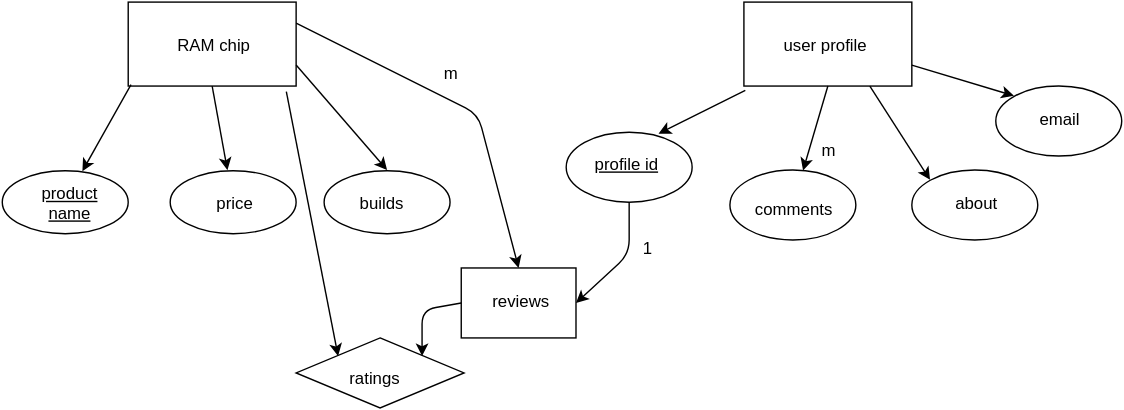
The draw.io diagram pcpartpickerdotcom.svg in elainethomas/pcpartpickerdotcom, before a commit. Source tidied: cells renumbered, new cells last; positions are measured from the earlier drawing's top-left corner, leaving out a move shared by most shapes.
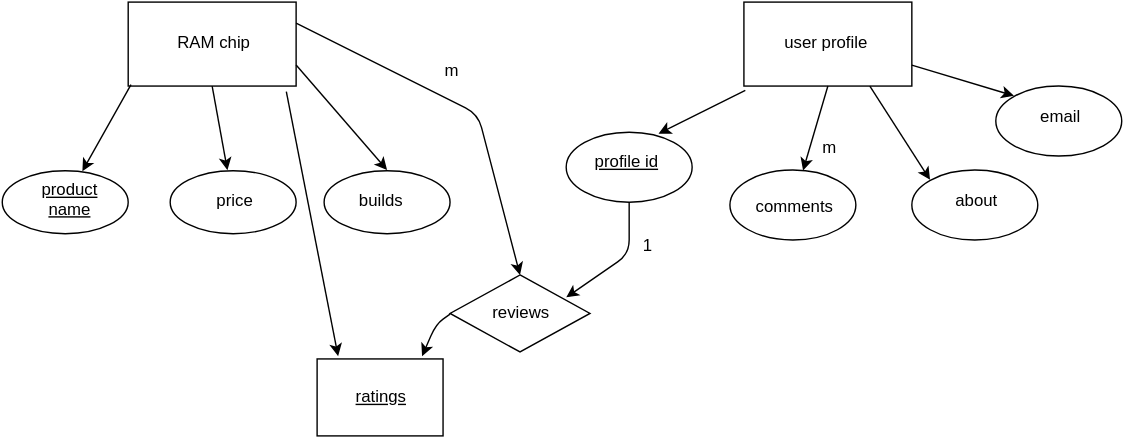
The same file after the commit.

Commit message:
updating erdsvg with corrected entities

What changed in the source:
```diff
@@ -29,17 +29,16 @@
     <mxCell id="10" style="ellipse;whiteSpace=wrap;html=1;" parent="1" vertex="1">
       <mxGeometry x="520" y="120" width="90" height="50" as="geometry" />
     </mxCell>
-    <mxCell id="11" style="rhombus;whiteSpace=wrap;html=1;" parent="1" vertex="1">
-      <mxGeometry x="210" y="240" width="120" height="50" as="geometry" />
-    </mxCell>
     <mxCell id="12" style="endArrow=classic;html=1;exitX=0.017;exitY=0.983;exitPerimeter=0;" parent="1" edge="1" source="2" target="4">
       <mxGeometry relative="1" as="geometry" />
     </mxCell>
     <mxCell id="13" style="endArrow=classic;html=1;exitX=0.5;exitY=1;" parent="1" edge="1" source="2" target="5">
       <mxGeometry relative="1" as="geometry" />
     </mxCell>
-    <mxCell id="14" style="endArrow=classic;html=1;entryX=0;entryY=0;exitX=0.942;exitY=1.067;exitPerimeter=0;" parent="1" edge="1" source="2" target="11">
-      <mxGeometry relative="1" as="geometry" />
+    <mxCell id="14" style="endArrow=classic;html=1;entryX=0;entryY=0;exitX=0.942;exitY=1.067;exitPerimeter=0;" parent="1" edge="1" source="2">
+      <mxGeometry relative="1" as="geometry">
+        <mxPoint x="240" y="253" as="targetPoint" />
+      </mxGeometry>
     </mxCell>
     <mxCell id="15" style="endArrow=classic;html=1;entryX=0.5;entryY=0;exitX=1;exitY=0.75;" parent="1" edge="1" source="2" target="6">
       <mxGeometry relative="1" as="geometry" />
@@ -71,20 +70,17 @@
     <mxCell id="24" value="builds" style="text;html=1;strokeColor=none;fillColor=none;align=center;verticalAlign=middle;whiteSpace=wrap;overflow=hidden;fontStyle=0;" parent="1" vertex="1">
       <mxGeometry x="240" y="125" width="60" height="35" as="geometry" />
     </mxCell>
-    <mxCell id="25" style="whiteSpace=wrap;html=1;" parent="1" vertex="1">
-      <mxGeometry x="328" y="190" width="82" height="50" as="geometry" />
-    </mxCell>
     <mxCell id="26" value="reviews" style="text;html=1;strokeColor=none;fillColor=none;align=center;verticalAlign=middle;whiteSpace=wrap;overflow=hidden;" parent="1" vertex="1">
       <mxGeometry x="340" y="195" width="60" height="35" as="geometry" />
     </mxCell>
-    <mxCell id="27" style="endArrow=classic;html=1;entryX=0.5;entryY=0;exitX=1;exitY=0.25;" parent="1" edge="1" source="2" target="25">
+    <mxCell id="27" style="endArrow=classic;html=1;entryX=0.5;entryY=0;exitX=1;exitY=0.25;" parent="1" edge="1" source="2" target="38">
       <mxGeometry relative="1" as="geometry">
         <Array as="points">
           <mxPoint x="340" y="80" />
         </Array>
       </mxGeometry>
     </mxCell>
-    <mxCell id="28" style="endArrow=classic;html=1;exitX=0.5;exitY=1;entryX=1;entryY=0.5;" parent="1" edge="1" source="7" target="25">
+    <mxCell id="28" style="endArrow=classic;html=1;exitX=0.5;exitY=1;entryX=0.83;entryY=0.291;entryPerimeter=0;" parent="1" edge="1" source="7" target="38">
       <mxGeometry relative="1" as="geometry">
         <Array as="points">
           <mxPoint x="448" y="180" />
@@ -94,10 +90,11 @@
     <mxCell id="29" value="ratings" style="text;html=1;strokeColor=none;fillColor=none;align=center;verticalAlign=middle;whiteSpace=wrap;overflow=hidden;" parent="1" vertex="1">
       <mxGeometry x="240" y="255" width="50" height="25" as="geometry" />
     </mxCell>
-    <mxCell id="30" style="endArrow=classic;html=1;exitX=0;exitY=0.5;entryX=1;entryY=0;" parent="1" edge="1" source="25" target="11">
+    <mxCell id="30" style="endArrow=classic;html=1;exitX=0;exitY=0.5;entryX=1;entryY=0;" parent="1" edge="1" source="38">
       <mxGeometry relative="1" as="geometry">
+        <mxPoint x="300" y="253" as="targetPoint" />
         <Array as="points">
-          <mxPoint x="300" y="220" />
+          <mxPoint x="310" y="230" />
         </Array>
       </mxGeometry>
     </mxCell>
@@ -122,5 +119,17 @@
     <mxCell id="37" value="m" style="text;html=1;strokeColor=none;fillColor=none;align=center;verticalAlign=middle;whiteSpace=wrap;overflow=hidden;" parent="1" vertex="1">
       <mxGeometry x="570" y="95" width="40" height="20" as="geometry" />
     </mxCell>
+    <mxCell id="38" style="rhombus;whiteSpace=wrap;html=1;" parent="1" vertex="1">
+      <mxGeometry x="320" y="195" width="100" height="55" as="geometry" />
+    </mxCell>
+    <mxCell id="39" style="whiteSpace=wrap;html=1;" parent="1" vertex="1">
+      <mxGeometry x="225" y="255" width="90" height="55" as="geometry" />
+    </mxCell>
+    <mxCell id="40" value="&lt;u&gt;ratings&lt;/u&gt;" style="text;html=1;strokeColor=none;fillColor=none;align=center;verticalAlign=middle;whiteSpace=wrap;overflow=hidden;" parent="1" vertex="1">
+      <mxGeometry x="245" y="273" width="50" height="20" as="geometry" />
+    </mxCell>
+    <mxCell id="41" value="reviews" style="text;html=1;strokeColor=none;fillColor=none;align=center;verticalAlign=middle;whiteSpace=wrap;overflow=hidden;" parent="1" vertex="1">
+      <mxGeometry x="345" y="213" width="50" height="20" as="geometry" />
+    </mxCell>
   </root>
 </mxGraphModel>
```
